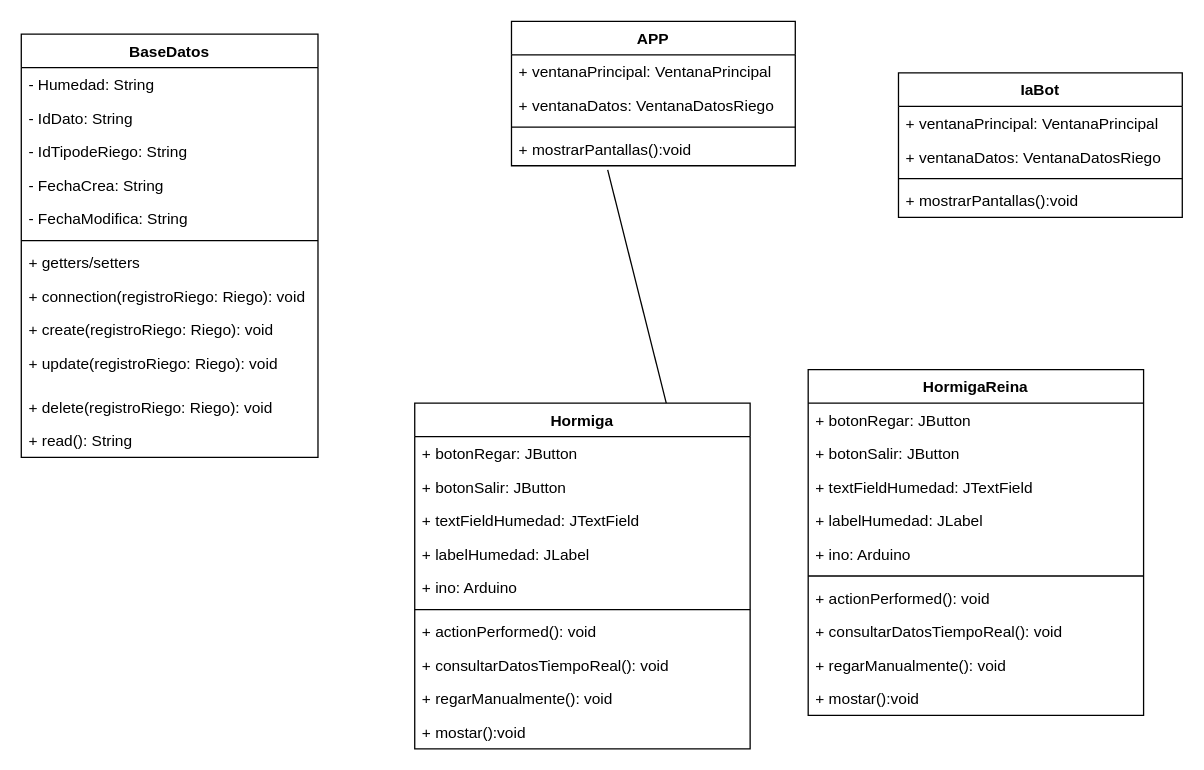
Above: Design/AntbotDiagramclass.drawio in Vladimirjon/AntBot (draw.io), before the change. Source tidied: cells renumbered, new cells numbered last; positions are measured from the earlier drawing's top-left corner, leaving out a move shared by most shapes. Both pictures are drawn from the tidied source at 129%, with x=0, y=0 at pixel (21, 21).
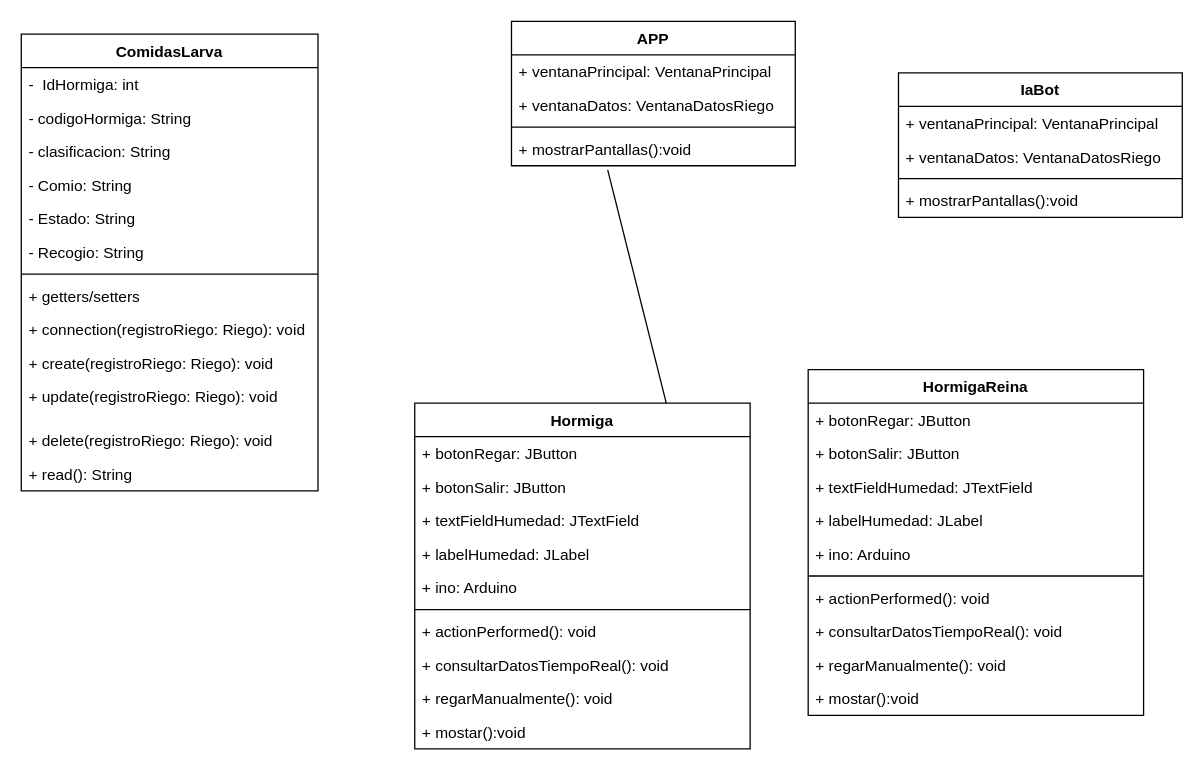
Above is the later version.

Diff of the diagram source:
```diff
@@
-    <mxCell id="2" value="BaseDatos" style="swimlane;fontStyle=1;align=center;verticalAlign=top;horizontal=1;startSize=26;" parent="1" vertex="1">
-      <mxGeometry y="10" width="230" height="328" as="geometry" />
+    <mxCell id="2" value="ComidasLarva" style="swimlane;fontStyle=1;align=center;verticalAlign=top;horizontal=1;startSize=26;" parent="1" vertex="1">
+      <mxGeometry y="10" width="230" height="354" as="geometry" />
     </mxCell>
-    <mxCell id="3" value="- Humedad: String" style="text;strokeColor=none;fillColor=none;align=left;verticalAlign=top;spacingLeft=4;spacingRight=4;overflow=hidden;" parent="2" vertex="1">
+    <mxCell id="3" value="-  IdHormiga: int" style="text;strokeColor=none;fillColor=none;align=left;verticalAlign=top;spacingLeft=4;spacingRight=4;overflow=hidden;" parent="2" vertex="1">
       <mxGeometry y="26" width="230" height="26" as="geometry" />
     </mxCell>
-    <mxCell id="4" value="- IdDato: String" style="text;strokeColor=none;fillColor=none;align=left;verticalAlign=top;spacingLeft=4;spacingRight=4;overflow=hidden;" parent="2" vertex="1">
+    <mxCell id="4" value="- codigoHormiga: String" style="text;strokeColor=none;fillColor=none;align=left;verticalAlign=top;spacingLeft=4;spacingRight=4;overflow=hidden;" parent="2" vertex="1">
       <mxGeometry y="52" width="230" height="26" as="geometry" />
     </mxCell>
-    <mxCell id="5" value="- IdTipodeRiego: String" style="text;strokeColor=none;fillColor=none;align=left;verticalAlign=top;spacingLeft=4;spacingRight=4;overflow=hidden;" parent="2" vertex="1">
+    <mxCell id="5" value="- clasificacion: String" style="text;strokeColor=none;fillColor=none;align=left;verticalAlign=top;spacingLeft=4;spacingRight=4;overflow=hidden;" parent="2" vertex="1">
       <mxGeometry y="78" width="230" height="26" as="geometry" />
     </mxCell>
-    <mxCell id="6" value="- FechaCrea: String" style="text;strokeColor=none;fillColor=none;align=left;verticalAlign=top;spacingLeft=4;spacingRight=4;overflow=hidden;" parent="2" vertex="1">
+    <mxCell id="6" value="- Comio: String" style="text;strokeColor=none;fillColor=none;align=left;verticalAlign=top;spacingLeft=4;spacingRight=4;overflow=hidden;" parent="2" vertex="1">
       <mxGeometry y="104" width="230" height="26" as="geometry" />
     </mxCell>
-    <mxCell id="7" value="- FechaModifica: String" style="text;strokeColor=none;fillColor=none;align=left;verticalAlign=top;spacingLeft=4;spacingRight=4;overflow=hidden;" parent="2" vertex="1">
+    <mxCell id="7" value="- Estado: String " style="text;strokeColor=none;fillColor=none;align=left;verticalAlign=top;spacingLeft=4;spacingRight=4;overflow=hidden;" parent="2" vertex="1">
       <mxGeometry y="130" width="230" height="26" as="geometry" />
     </mxCell>
+    <mxCell id="48" value="- Recogio: String " style="text;strokeColor=none;fillColor=none;align=left;verticalAlign=top;spacingLeft=4;spacingRight=4;overflow=hidden;" parent="2" vertex="1">
+      <mxGeometry y="156" width="230" height="26" as="geometry" />
+    </mxCell>
     <mxCell id="8" style="line;strokeWidth=1;fillColor=none;align=left;verticalAlign=middle;spacingTop=-1;spacingLeft=3;spacingRight=3;labelPosition=right;strokeColor=inherit;" parent="2" vertex="1">
-      <mxGeometry y="156" width="230" height="8" as="geometry" />
+      <mxGeometry y="182" width="230" height="8" as="geometry" />
     </mxCell>
     <mxCell id="9" value="+ getters/setters" style="text;strokeColor=none;fillColor=none;align=left;verticalAlign=top;spacingLeft=4;spacingRight=4;overflow=hidden;" parent="2" vertex="1">
-      <mxGeometry y="164" width="230" height="26" as="geometry" />
+      <mxGeometry y="190" width="230" height="26" as="geometry" />
     </mxCell>
     <mxCell id="10" value="+ connection(registroRiego: Riego): void" style="text;strokeColor=none;fillColor=none;align=left;verticalAlign=top;spacingLeft=4;spacingRight=4;overflow=hidden;" parent="2" vertex="1">
-      <mxGeometry y="190" width="230" height="26" as="geometry" />
+      <mxGeometry y="216" width="230" height="26" as="geometry" />
     </mxCell>
     <mxCell id="11" value="+ create(registroRiego: Riego): void" style="text;strokeColor=none;fillColor=none;align=left;verticalAlign=top;spacingLeft=4;spacingRight=4;overflow=hidden;" parent="2" vertex="1">
-      <mxGeometry y="216" width="230" height="26" as="geometry" />
+      <mxGeometry y="242" width="230" height="26" as="geometry" />
     </mxCell>
     <mxCell id="12" value="+ update(registroRiego: Riego): void" style="text;strokeColor=none;fillColor=none;align=left;verticalAlign=top;spacingLeft=4;spacingRight=4;overflow=hidden;" parent="2" vertex="1">
-      <mxGeometry y="242" width="230" height="34" as="geometry" />
+      <mxGeometry y="268" width="230" height="34" as="geometry" />
     </mxCell>
     <mxCell id="13" value="+ delete(registroRiego: Riego): void" style="text;strokeColor=none;fillColor=none;align=left;verticalAlign=top;spacingLeft=4;spacingRight=4;overflow=hidden;" parent="2" vertex="1">
-      <mxGeometry y="276" width="230" height="26" as="geometry" />
+      <mxGeometry y="302" width="230" height="26" as="geometry" />
     </mxCell>
     <mxCell id="14" value="+ read(): String" style="text;strokeColor=none;fillColor=none;align=left;verticalAlign=top;spacingLeft=4;spacingRight=4;overflow=hidden;" parent="2" vertex="1">
-      <mxGeometry y="302" width="230" height="26" as="geometry" />
+      <mxGeometry y="328" width="230" height="26" as="geometry" />
     </mxCell>
```
